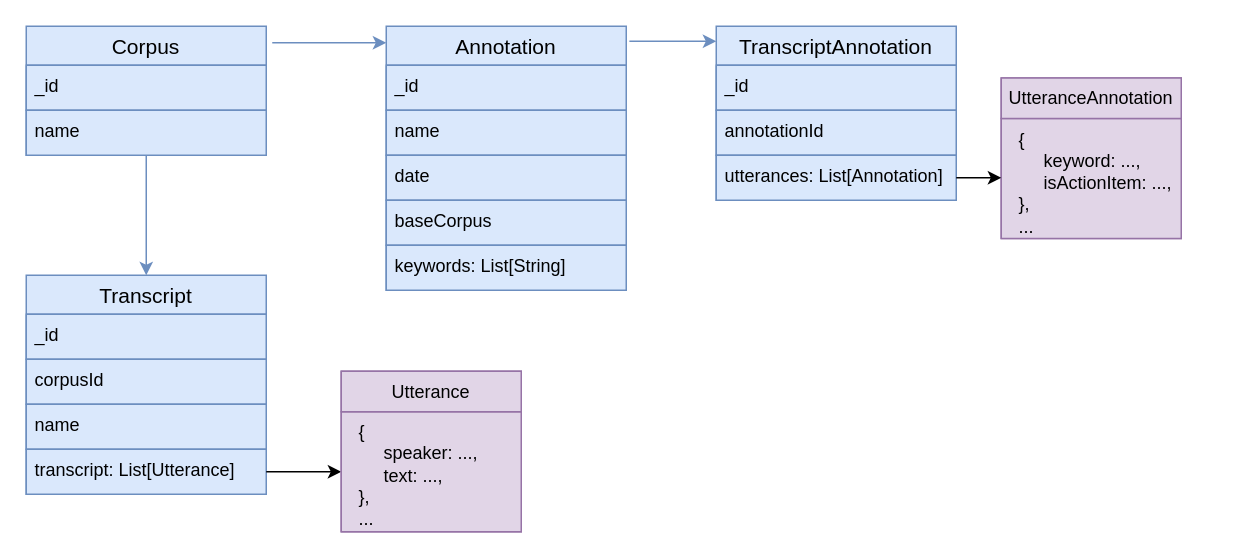
This is documentation/db-schema.drawio from flurin-g/actionannotator-backend, a draw.io file, before an edit. Source tidied: cells renumbered, new cells numbered last; positions are measured from the earlier drawing's top-left corner, leaving out a move shared by most shapes. Both pictures are drawn from the tidied source at 150%, with x=0, y=0 at pixel (26, 26).
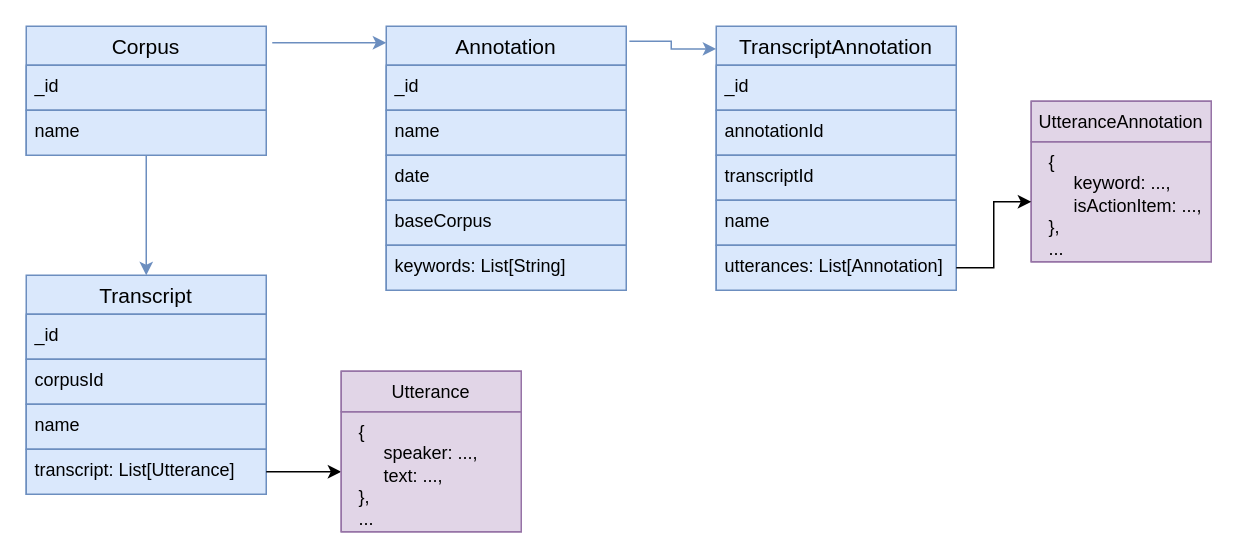
After the change.

The edit, as a diff of the source:
```diff
@@
     <mxCell id="23" value="TranscriptAnnotation" style="swimlane;fontStyle=0;horizontal=1;startSize=26;align=center;fontSize=14;fillColor=#dae8fc;strokeColor=#6c8ebf;" parent="1" vertex="1">
-      <mxGeometry x="460" width="160" height="116" as="geometry" />
+      <mxGeometry x="460" width="160" height="176" as="geometry" />
     </mxCell>
@@
+    <mxCell id="31" value="transcriptId" style="text;strokeColor=#6c8ebf;fillColor=#dae8fc;spacingLeft=4;spacingRight=4;overflow=hidden;fontSize=12;" parent="23" vertex="1">
+      <mxGeometry y="86" width="160" height="30" as="geometry" />
+    </mxCell>
+    <mxCell id="32" value="name" style="text;strokeColor=#6c8ebf;fillColor=#dae8fc;spacingLeft=4;spacingRight=4;overflow=hidden;fontSize=12;" parent="23" vertex="1">
+      <mxGeometry y="116" width="160" height="30" as="geometry" />
+    </mxCell>
     <mxCell id="26" value="utterances: List[Annotation]" style="text;strokeColor=#6c8ebf;fillColor=#dae8fc;spacingLeft=4;spacingRight=4;overflow=hidden;points=[[0,0.5],[1,0.5]];portConstraint=eastwest;fontSize=12;" parent="23" vertex="1">
-      <mxGeometry y="86" width="160" height="30" as="geometry" />
+      <mxGeometry y="146" width="160" height="30" as="geometry" />
     </mxCell>
     <mxCell id="27" style="group;fillColor=#e1d5e7;strokeColor=#9673a6;" parent="1" vertex="1">
-      <mxGeometry x="650" y="34.5" width="120" height="107" as="geometry" />
+      <mxGeometry x="670" y="50" width="120" height="107" as="geometry" />
     </mxCell>
```
